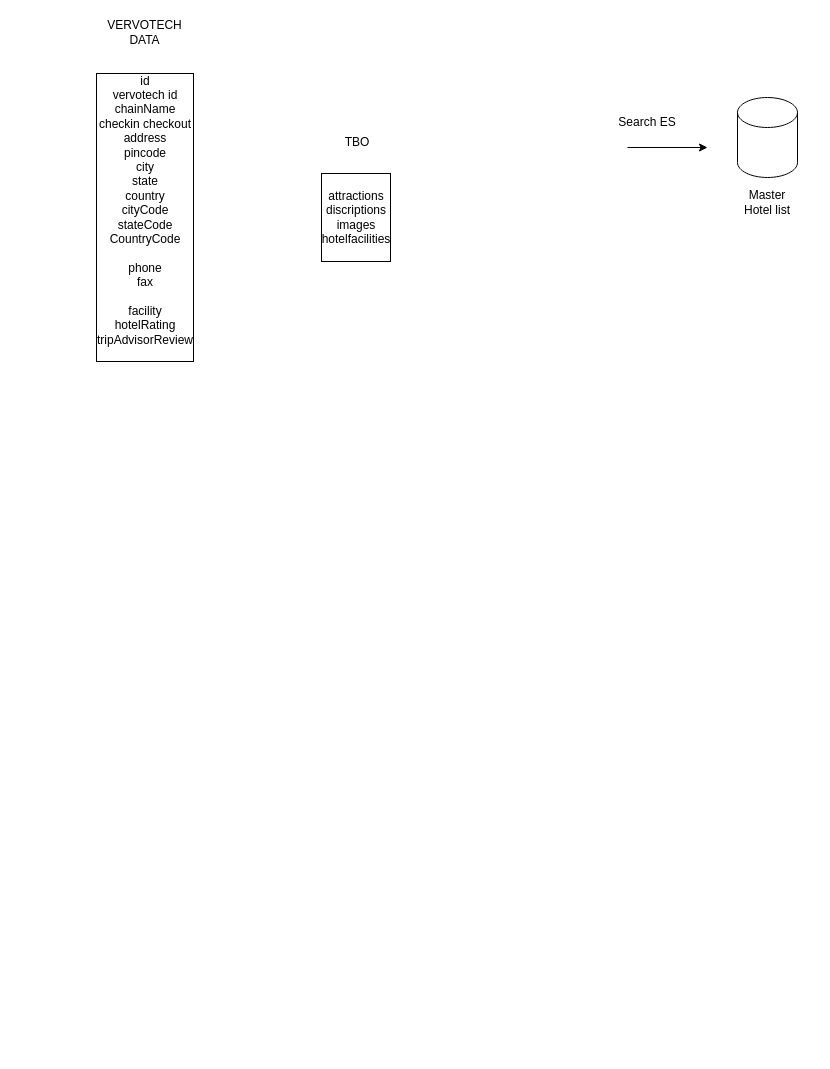
Before: Untitled Diagram.drawio in jeevan-jain/jeevan-jain, a draw.io diagram. Source tidied: cells renumbered, new cells numbered last; positions are measured from the earlier drawing's top-left corner, leaving out a move shared by most shapes. Both pictures are drawn from the tidied source at 100%, with x=0, y=0 at pixel (39, 17).
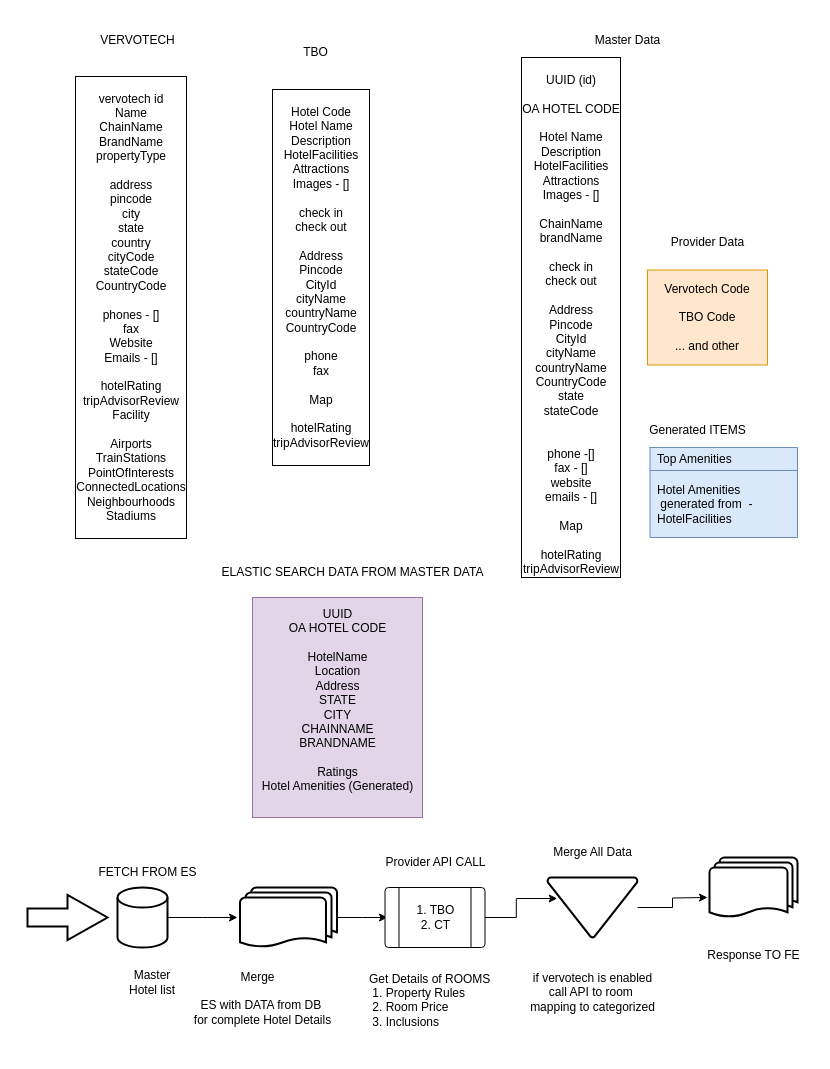
After the change.

The edit, as a diff of the source:
```diff
@@
-    <mxCell id="2" style="shape=cylinder3;whiteSpace=wrap;html=1;boundedLbl=1;backgroundOutline=1;size=15;" parent="1" vertex="1">
-      <mxGeometry x="698" y="80" width="60" height="80" as="geometry" />
-    </mxCell>
-    <mxCell id="3" style="endArrow=classic;html=1;rounded=0;" parent="1" edge="1">
-      <mxGeometry relative="1" as="geometry">
-        <mxPoint x="588" y="130" as="sourcePoint" />
-        <mxPoint x="668" y="130" as="targetPoint" />
-      </mxGeometry>
-    </mxCell>
-    <mxCell id="4" value="Search ES" style="text;html=1;align=center;verticalAlign=middle;whiteSpace=wrap;rounded=0;" parent="1" vertex="1">
-      <mxGeometry x="578" y="90" width="60" height="30" as="geometry" />
-    </mxCell>
     <mxCell id="5" value="Master Hotel list" style="text;html=1;align=center;verticalAlign=middle;whiteSpace=wrap;rounded=0;" parent="1" vertex="1">
-      <mxGeometry x="698" y="170" width="60" height="30" as="geometry" />
+      <mxGeometry x="83" y="950" width="60" height="30" as="geometry" />
     </mxCell>
-    <mxCell id="6" value="id&lt;div&gt;vervotech id&lt;/div&gt;&lt;div&gt;chainName&lt;/div&gt;&lt;div&gt;checkin checkout&lt;/div&gt;&lt;div&gt;address&lt;/div&gt;&lt;div&gt;pincode&lt;/div&gt;&lt;div&gt;city&lt;/div&gt;&lt;div&gt;state&lt;/div&gt;&lt;div&gt;country&lt;/div&gt;&lt;div&gt;cityCode&lt;/div&gt;&lt;div&gt;stateCode&lt;/div&gt;&lt;div&gt;CountryCode&lt;/div&gt;&lt;div&gt;&lt;br&gt;&lt;/div&gt;&lt;div&gt;phone&lt;/div&gt;&lt;div&gt;fax&lt;/div&gt;&lt;div&gt;&lt;br&gt;&lt;/div&gt;&lt;div&gt;facility&lt;/div&gt;&lt;div&gt;hotelRating&lt;/div&gt;&lt;div&gt;tripAdvisorReview&lt;/div&gt;&lt;div&gt;&lt;br&gt;&lt;/div&gt;" style="text;html=1;align=center;verticalAlign=middle;whiteSpace=wrap;rounded=0;labelBorderColor=default;" parent="1" vertex="1">
-      <mxGeometry x="0.5" y="70" width="210" height="260" as="geometry" />
+    <mxCell id="6" value="&lt;br&gt;&lt;div&gt;vervotech id&lt;/div&gt;&lt;div&gt;Name&lt;/div&gt;&lt;div&gt;ChainName&lt;/div&gt;&lt;div&gt;&lt;span style=&quot;background-color: transparent; color: light-dark(rgb(0, 0, 0), rgb(255, 255, 255));&quot;&gt;BrandName&lt;/span&gt;&lt;/div&gt;&lt;div&gt;&lt;span style=&quot;background-color: transparent;&quot;&gt;propertyType&lt;/span&gt;&lt;/div&gt;&lt;div&gt;&lt;br&gt;&lt;/div&gt;&lt;div&gt;address&lt;/div&gt;&lt;div&gt;pincode&lt;/div&gt;&lt;div&gt;city&lt;/div&gt;&lt;div&gt;state&lt;/div&gt;&lt;div&gt;country&lt;/div&gt;&lt;div&gt;cityCode&lt;/div&gt;&lt;div&gt;stateCode&lt;/div&gt;&lt;div&gt;CountryCode&lt;/div&gt;&lt;div&gt;&lt;br&gt;&lt;/div&gt;&lt;div&gt;phones - []&lt;/div&gt;&lt;div&gt;fax&lt;/div&gt;&lt;div&gt;Website&lt;/div&gt;&lt;div&gt;Emails - []&lt;/div&gt;&lt;div&gt;&lt;br&gt;&lt;/div&gt;&lt;div&gt;hotelRating&lt;/div&gt;&lt;div&gt;tripAdvisorReview&lt;/div&gt;&lt;div&gt;Facility&lt;/div&gt;&lt;div&gt;&lt;br&gt;&lt;/div&gt;&lt;div&gt;Airports&lt;/div&gt;&lt;div&gt;TrainStations&lt;/div&gt;&lt;div&gt;&lt;div&gt;PointOfInterests&lt;/div&gt;&lt;div&gt;ConnectedLocations&lt;/div&gt;&lt;div&gt;Neighbourhoods&lt;/div&gt;&lt;div&gt;Stadiums&lt;/div&gt;&lt;/div&gt;&lt;div&gt;&lt;br&gt;&lt;/div&gt;" style="text;html=1;align=center;verticalAlign=middle;whiteSpace=wrap;rounded=0;labelBorderColor=default;" parent="1" vertex="1">
+      <mxGeometry x="-22" y="160" width="227.5" height="260" as="geometry" />
     </mxCell>
-    <mxCell id="7" value="VERVOTECH DATA" style="text;html=1;align=center;verticalAlign=middle;whiteSpace=wrap;rounded=0;" parent="1" vertex="1">
-      <mxGeometry x="68" width="75" height="30" as="geometry" />
-    </mxCell>
+    <mxCell id="10" value="VERVOTECH" style="text;html=1;align=center;verticalAlign=middle;strokeColor=none;fillColor=none;" parent="1" vertex="1">
+      <mxGeometry x="48" y="8" width="100" height="30" as="geometry" />
+    </mxCell>
-    <mxCell id="8" value="TBO" style="text;html=1;align=center;verticalAlign=middle;whiteSpace=wrap;rounded=0;" parent="1" vertex="1">
-      <mxGeometry x="288" y="110" width="60" height="30" as="geometry" />
+    <mxCell id="8" value="TBO" style="text;html=1;align=center;verticalAlign=middle;strokeColor=none;fillColor=none;" parent="1" vertex="1">
+      <mxGeometry x="250.5" y="20" width="50" height="30" as="geometry" />
     </mxCell>
-    <mxCell id="9" value="&lt;div&gt;&lt;br&gt;&lt;/div&gt;attractions&lt;div&gt;discriptions&lt;/div&gt;&lt;div&gt;images&lt;/div&gt;&lt;div&gt;hotelfacilities&lt;/div&gt;&lt;div&gt;&lt;br&gt;&lt;/div&gt;" style="text;html=1;align=center;verticalAlign=middle;whiteSpace=wrap;rounded=0;labelBorderColor=default;" parent="1" vertex="1">
-      <mxGeometry x="272" y="140" width="90" height="120" as="geometry" />
-    </mxCell>
+    <mxCell id="11" value="&lt;br&gt;&lt;div&gt;Hotel Code&lt;/div&gt;&lt;div&gt;Hotel Name&lt;/div&gt;&lt;div&gt;Description&lt;/div&gt;&lt;div&gt;HotelFacilities&lt;/div&gt;&lt;div&gt;Attractions&lt;/div&gt;&lt;div&gt;Images - []&lt;/div&gt;&lt;div&gt;&lt;br&gt;&lt;/div&gt;&lt;div&gt;check in&lt;/div&gt;&lt;div&gt;check out&lt;/div&gt;&lt;div&gt;&lt;br&gt;&lt;/div&gt;&lt;div&gt;Address&lt;/div&gt;&lt;div&gt;Pincode&lt;/div&gt;&lt;div&gt;CityId&lt;/div&gt;&lt;div&gt;cityName&lt;/div&gt;&lt;div&gt;countryName&lt;/div&gt;&lt;div&gt;CountryCode&lt;/div&gt;&lt;div&gt;&lt;br&gt;&lt;/div&gt;&lt;div&gt;phone&lt;/div&gt;&lt;div&gt;fax&lt;/div&gt;&lt;div&gt;&lt;br&gt;&lt;/div&gt;&lt;div&gt;Map&lt;/div&gt;&lt;div&gt;&lt;br&gt;&lt;/div&gt;&lt;div&gt;hotelRating&lt;/div&gt;&lt;div&gt;tripAdvisorReview&lt;/div&gt;&lt;div&gt;&lt;br&gt;&lt;/div&gt;" style="text;html=1;align=center;verticalAlign=middle;whiteSpace=wrap;rounded=0;labelBorderColor=default;" parent="1" vertex="1">
+      <mxGeometry x="168" y="130" width="227.5" height="260" as="geometry" />
+    </mxCell>
+    <mxCell id="12" value="Master Data" style="text;html=1;align=center;verticalAlign=middle;strokeColor=none;fillColor=none;" parent="1" vertex="1">
+      <mxGeometry x="543" y="8" width="90" height="30" as="geometry" />
+    </mxCell>
+    <mxCell id="13" value="&lt;br&gt;&lt;div&gt;UUID (id)&lt;/div&gt;&lt;div&gt;&lt;br&gt;&lt;/div&gt;&lt;div&gt;OA HOTEL CODE&lt;/div&gt;&lt;div&gt;&lt;br&gt;&lt;/div&gt;&lt;div&gt;Hotel Name&lt;/div&gt;&lt;div&gt;Description&lt;/div&gt;&lt;div&gt;HotelFacilities&lt;/div&gt;&lt;div&gt;Attractions&lt;/div&gt;&lt;div&gt;Images - []&lt;/div&gt;&lt;div&gt;&lt;br&gt;&lt;/div&gt;&lt;div&gt;ChainName&lt;/div&gt;&lt;div&gt;brandName&lt;/div&gt;&lt;div&gt;&lt;br&gt;&lt;/div&gt;&lt;div&gt;check in&lt;/div&gt;&lt;div&gt;check out&lt;/div&gt;&lt;div&gt;&lt;br&gt;&lt;/div&gt;&lt;div&gt;Address&lt;/div&gt;&lt;div&gt;Pincode&lt;/div&gt;&lt;div&gt;CityId&lt;/div&gt;&lt;div&gt;cityName&lt;/div&gt;&lt;div&gt;countryName&lt;/div&gt;&lt;div&gt;CountryCode&lt;/div&gt;&lt;div&gt;state&lt;/div&gt;&lt;div&gt;stateCode&lt;/div&gt;&lt;div&gt;&lt;br&gt;&lt;/div&gt;&lt;div&gt;&lt;br&gt;&lt;/div&gt;&lt;div&gt;phone -[]&lt;/div&gt;&lt;div&gt;fax - []&lt;/div&gt;&lt;div&gt;website&lt;/div&gt;&lt;div&gt;emails - []&lt;/div&gt;&lt;div&gt;&lt;br&gt;&lt;/div&gt;&lt;div&gt;Map&lt;/div&gt;&lt;div&gt;&lt;br&gt;&lt;/div&gt;&lt;div&gt;hotelRating&lt;/div&gt;&lt;div&gt;tripAdvisorReview&lt;/div&gt;" style="text;html=1;align=center;verticalAlign=middle;whiteSpace=wrap;rounded=0;labelBorderColor=default;fillColor=none;strokeColor=none;" parent="1" vertex="1">
+      <mxGeometry x="418" y="170" width="227.5" height="260" as="geometry" />
+    </mxCell>
+    <mxCell id="14" value="Vervotech Code&lt;div&gt;&lt;br&gt;&lt;/div&gt;&lt;div&gt;TBO Code&lt;/div&gt;&lt;div&gt;&lt;br&gt;&lt;/div&gt;&lt;div&gt;... and other&lt;/div&gt;" style="whiteSpace=wrap;html=1;fillColor=#ffe6cc;strokeColor=#d79b00;" parent="1" vertex="1">
+      <mxGeometry x="608" y="252.5" width="120" height="95" as="geometry" />
+    </mxCell>
+    <mxCell id="15" value="Provider Data" style="text;html=1;align=center;verticalAlign=middle;strokeColor=none;fillColor=none;" parent="1" vertex="1">
+      <mxGeometry x="618" y="210" width="100" height="30" as="geometry" />
+    </mxCell>
+    <mxCell id="16" value="ELASTIC SEARCH DATA FROM MASTER DATA" style="text;html=1;align=center;verticalAlign=middle;strokeColor=none;fillColor=none;" parent="1" vertex="1">
+      <mxGeometry x="168" y="540" width="290" height="30" as="geometry" />
+    </mxCell>
+    <mxCell id="17" value="UUID&lt;div&gt;OA HOTEL CODE&lt;/div&gt;&lt;div&gt;&lt;br&gt;&lt;/div&gt;&lt;div&gt;HotelName&lt;/div&gt;&lt;div&gt;Location&lt;/div&gt;&lt;div&gt;Address&lt;/div&gt;&lt;div&gt;STATE&lt;/div&gt;&lt;div&gt;CITY&lt;/div&gt;&lt;div&gt;CHAINNAME&lt;/div&gt;&lt;div&gt;BRANDNAME&lt;/div&gt;&lt;div&gt;&lt;br&gt;&lt;/div&gt;&lt;div&gt;Ratings&lt;/div&gt;&lt;div&gt;Hotel Amenities (Generated)&lt;/div&gt;&lt;div&gt;&lt;br&gt;&lt;/div&gt;" style="text;html=1;align=center;verticalAlign=middle;strokeColor=#9673a6;fillColor=#e1d5e7;" parent="1" vertex="1">
+      <mxGeometry x="213" y="580" width="170" height="220" as="geometry" />
+    </mxCell>
+    <mxCell id="18" value="Generated ITEMS" style="text;html=1;align=center;verticalAlign=middle;strokeColor=none;fillColor=none;" parent="1" vertex="1">
+      <mxGeometry x="598" y="398" width="120" height="30" as="geometry" />
+    </mxCell>
+    <mxCell id="19" style="shape=table;startSize=0;childLayout=tableLayout;fontSize=11;fillColor=#dae8fc;strokeColor=#6c8ebf;labelBorderColor=none;align=center;" parent="1" vertex="1">
+      <mxGeometry x="610.5" y="430" width="147.5" height="90" as="geometry" />
+    </mxCell>
+    <mxCell id="20" style="shape=tableRow;horizontal=0;startSize=0;swimlaneHead=0;swimlaneBody=0;strokeColor=inherit;top=0;left=0;bottom=0;right=0;fillColor=none;fontSize=16;" parent="19" vertex="1">
+      <mxGeometry width="147.5" height="23" as="geometry" />
+    </mxCell>
+    <mxCell id="21" value="&lt;span style=&quot;text-align: center; text-wrap-mode: nowrap;&quot;&gt;Top Amenities&lt;/span&gt;" style="shape=partialRectangle;html=1;whiteSpace=wrap;strokeColor=inherit;overflow=hidden;fillColor=none;top=0;left=0;bottom=0;right=0;fontSize=12;align=left;spacingLeft=5;" parent="20" vertex="1">
+      <mxGeometry width="148" height="23" as="geometry" />
+    </mxCell>
+    <mxCell id="22" style="shape=tableRow;horizontal=0;startSize=0;swimlaneHead=0;swimlaneBody=0;strokeColor=inherit;top=0;left=0;bottom=0;right=0;fillColor=none;fontSize=16;" parent="19" vertex="1">
+      <mxGeometry y="23" width="147.5" height="67" as="geometry" />
+    </mxCell>
+    <mxCell id="23" value="&lt;span style=&quot;text-align: center; text-wrap-mode: nowrap;&quot;&gt;Hotel Amenities&amp;nbsp;&lt;/span&gt;&lt;div&gt;&lt;span style=&quot;text-align: center; text-wrap-mode: nowrap;&quot;&gt;&amp;nbsp;generated from&amp;nbsp; -&lt;/span&gt;&lt;span style=&quot;background-color: transparent; color: light-dark(rgb(0, 0, 0), rgb(255, 255, 255));&quot;&gt;HotelFacilities&lt;/span&gt;&lt;/div&gt;" style="shape=partialRectangle;html=1;whiteSpace=wrap;strokeColor=inherit;overflow=hidden;fillColor=none;top=0;left=0;bottom=0;right=0;fontSize=12;align=left;spacingLeft=5;" parent="22" vertex="1">
+      <mxGeometry width="148" height="67" as="geometry" />
+    </mxCell>
+    <mxCell id="24" value="FETCH FROM ES" style="text;html=1;align=center;verticalAlign=middle;strokeColor=none;fillColor=none;" parent="1" vertex="1">
+      <mxGeometry x="48" y="840" width="120" height="30" as="geometry" />
+    </mxCell>
+    <mxCell id="25" style="strokeWidth=2;html=1;shape=mxgraph.flowchart.database;whiteSpace=wrap;" parent="1" vertex="1">
+      <mxGeometry x="78" y="870" width="50" height="60" as="geometry" />
+    </mxCell>
+    <mxCell id="26" style="edgeStyle=orthogonalEdgeStyle;rounded=0;jettySize=auto;html=1;exitX=1;exitY=0.5;exitDx=0;exitDy=0;exitPerimeter=0;" parent="1" edge="1" source="25">
+      <mxGeometry relative="1" as="geometry">
+        <mxPoint x="198" y="900" as="targetPoint" />
+      </mxGeometry>
+    </mxCell>
+    <mxCell id="27" value="Merge" style="text;html=1;align=center;verticalAlign=middle;strokeColor=none;fillColor=none;" parent="1" vertex="1">
+      <mxGeometry x="188" y="945" width="60" height="30" as="geometry" />
+    </mxCell>
+    <mxCell id="28" value="ES with DATA from DB&amp;nbsp;&lt;div&gt;for complete Hotel Details&lt;/div&gt;" style="text;html=1;align=center;verticalAlign=middle;strokeColor=none;fillColor=none;" parent="1" vertex="1">
+      <mxGeometry x="143" y="975" width="160" height="40" as="geometry" />
+    </mxCell>
+    <mxCell id="29" style="edgeStyle=orthogonalEdgeStyle;rounded=0;jettySize=auto;html=1;" parent="1" edge="1" source="30">
+      <mxGeometry relative="1" as="geometry">
+        <mxPoint x="348" y="900" as="targetPoint" />
+      </mxGeometry>
+    </mxCell>
+    <mxCell id="30" style="strokeWidth=2;html=1;shape=mxgraph.flowchart.multi-document;whiteSpace=wrap;" parent="1" vertex="1">
+      <mxGeometry x="200.5" y="870" width="97" height="60" as="geometry" />
+    </mxCell>
+    <mxCell id="31" style="edgeStyle=orthogonalEdgeStyle;rounded=0;jettySize=auto;html=1;exitX=1;exitY=0.5;exitDx=0;exitDy=0;entryX=0.108;entryY=0.35;entryDx=0;entryDy=0;entryPerimeter=0;" parent="1" edge="1" source="32" target="37">
+      <mxGeometry relative="1" as="geometry" />
+    </mxCell>
+    <mxCell id="32" style="verticalLabelPosition=bottom;verticalAlign=top;html=1;shape=process;whiteSpace=wrap;rounded=1;size=0.14;arcSize=6;" parent="1" vertex="1">
+      <mxGeometry x="345.5" y="870" width="100" height="60" as="geometry" />
+    </mxCell>
+    <mxCell id="33" value="Provider API CALL" style="text;html=1;align=center;verticalAlign=middle;strokeColor=none;fillColor=none;" parent="1" vertex="1">
+      <mxGeometry x="335.5" y="830" width="120" height="30" as="geometry" />
+    </mxCell>
+    <mxCell id="34" value="1. TBO&lt;br&gt;2. CT" style="text;html=1;align=center;verticalAlign=middle;strokeColor=none;fillColor=none;" parent="1" vertex="1">
+      <mxGeometry x="365.5" y="880" width="60" height="40" as="geometry" />
+    </mxCell>
+    <mxCell id="35" value="Get Details of ROOMS&amp;nbsp;&lt;div&gt;&amp;nbsp;1. Property Rules&lt;/div&gt;&lt;div&gt;&amp;nbsp;2. Room Price&lt;/div&gt;&lt;div&gt;&amp;nbsp;3. Inclusions&lt;/div&gt;&lt;div&gt;&lt;br&gt;&lt;/div&gt;" style="text;html=1;align=left;verticalAlign=middle;strokeColor=none;fillColor=none;" parent="1" vertex="1">
+      <mxGeometry x="328" y="945" width="150" height="90" as="geometry" />
+    </mxCell>
+    <mxCell id="36" style="edgeStyle=orthogonalEdgeStyle;rounded=0;jettySize=auto;html=1;" parent="1" edge="1" source="37">
+      <mxGeometry relative="1" as="geometry">
+        <mxPoint x="668" y="880" as="targetPoint" />
+      </mxGeometry>
+    </mxCell>
+    <mxCell id="37" style="strokeWidth=2;html=1;shape=mxgraph.flowchart.merge_or_storage;whiteSpace=wrap;" parent="1" vertex="1">
+      <mxGeometry x="508" y="860" width="90" height="60" as="geometry" />
+    </mxCell>
+    <mxCell id="38" value="Merge All Data" style="text;html=1;align=center;verticalAlign=middle;strokeColor=none;fillColor=none;" parent="1" vertex="1">
+      <mxGeometry x="503" y="820" width="100" height="30" as="geometry" />
+    </mxCell>
+    <mxCell id="39" style="strokeWidth=2;html=1;shape=mxgraph.flowchart.multi-document;whiteSpace=wrap;" parent="1" vertex="1">
+      <mxGeometry x="670" y="840" width="88" height="60" as="geometry" />
+    </mxCell>
+    <mxCell id="40" style="verticalLabelPosition=bottom;verticalAlign=top;html=1;strokeWidth=2;shape=mxgraph.arrows2.arrow;dy=0.6;dx=40;notch=0;" parent="1" vertex="1">
+      <mxGeometry x="-12" y="877.5" width="80" height="45" as="geometry" />
+    </mxCell>
+    <mxCell id="41" value="Response TO FE" style="text;html=1;align=center;verticalAlign=middle;strokeColor=none;fillColor=none;" parent="1" vertex="1">
+      <mxGeometry x="654" y="922.5" width="120" height="30" as="geometry" />
+    </mxCell>
+    <mxCell id="42" value="if vervotech is enabled&lt;div&gt;call API to room&amp;nbsp;&lt;/div&gt;&lt;div&gt;mapping to categorized&lt;/div&gt;" style="text;html=1;align=center;verticalAlign=middle;strokeColor=none;fillColor=none;" parent="1" vertex="1">
+      <mxGeometry x="478" y="945" width="150" height="60" as="geometry" />
+    </mxCell>
```
